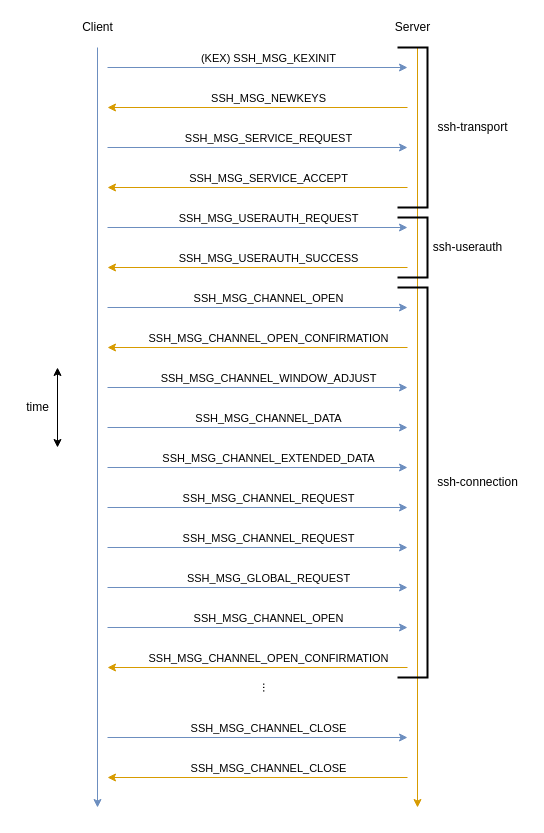
Above: drawio/ssh-flow-diagram.drawio in stefanDeveloper/master-thesis (draw.io), before the change. Source tidied: cells renumbered, new cells numbered last; positions are measured from the earlier drawing's top-left corner, leaving out a move shared by most shapes. Both pictures are drawn from the tidied source at 100%, with x=0, y=0 at pixel (17, 17).
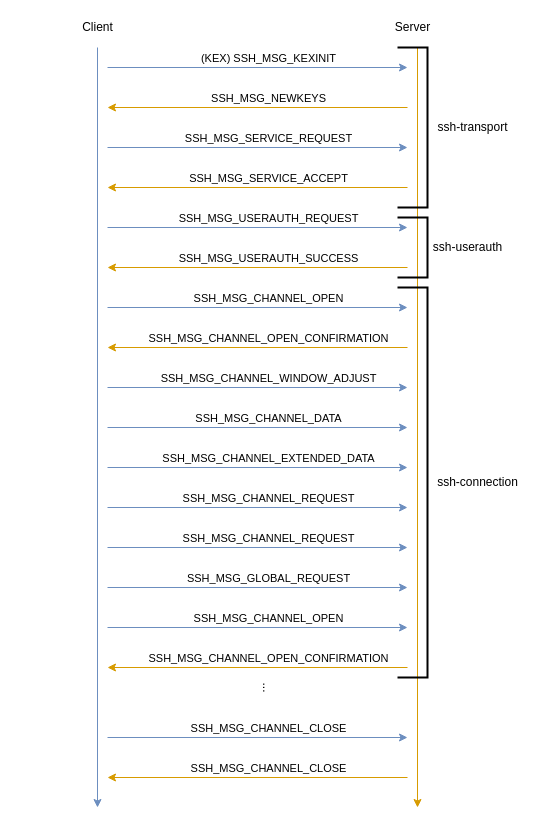
The same diagram, later.

Change to the diagram source:
```diff
@@
-    <mxCell id="43" value="time" style="text;html=1;align=center;verticalAlign=middle;strokeColor=none;fillColor=none;" parent="1" vertex="1">
-      <mxGeometry y="380" width="40" height="20" as="geometry" />
-    </mxCell>
-    <mxCell id="44" style="endArrow=classic;startArrow=classic;html=1;rounded=0;" parent="1" edge="1">
-      <mxGeometry relative="1" as="geometry">
-        <mxPoint x="40" y="430" as="sourcePoint" />
-        <mxPoint x="40" y="350" as="targetPoint" />
-      </mxGeometry>
-    </mxCell>
```
